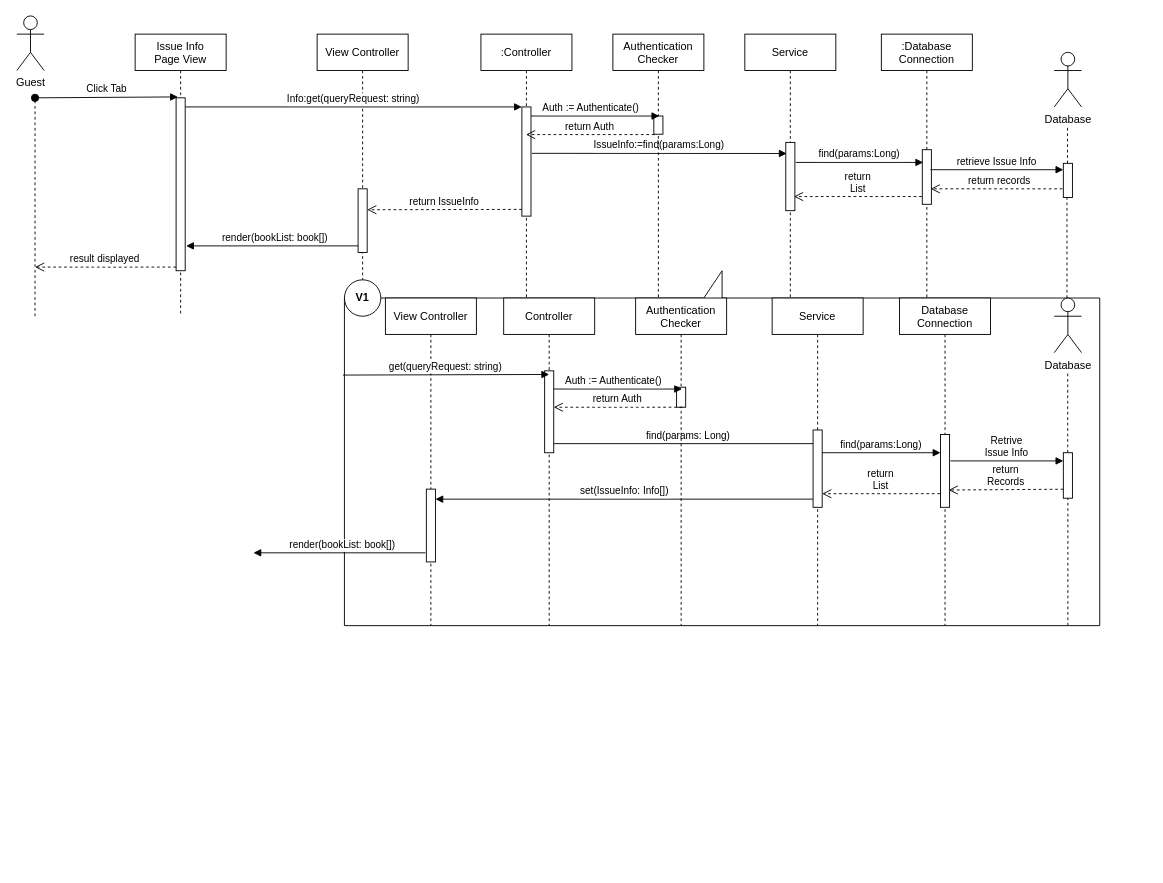
Before: docs/SequenceDiagram/diagrams/SD-UC-10.drawio in youngkwon02/Enhanced-library-management, a draw.io diagram. Source tidied: cells renumbered, new cells numbered last; positions are measured from the earlier drawing's top-left corner, leaving out a move shared by most shapes. Both pictures are drawn from the tidied source at 91%, with x=0, y=0 at pixel (16, 15).
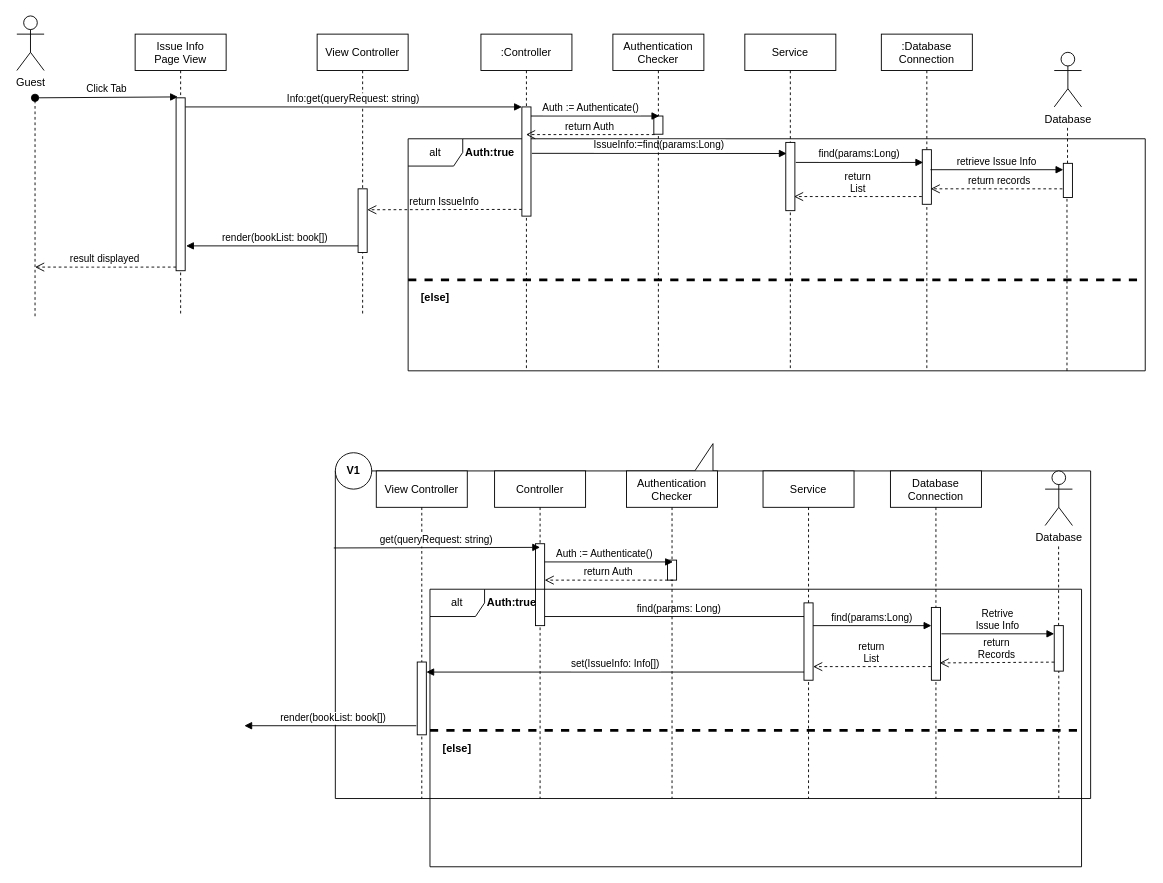
After the change.

Unchanged cells that the change refers to:
```xml
<mxCell id="3" value="View Controller" style="shape=umlLifeline;perimeter=lifelinePerimeter;rounded=0;shadow=0;strokeWidth=1;" parent="1" vertex="1">
  <mxGeometry x="330" y="20" width="100" height="310" as="geometry" />
</mxCell>
<mxCell id="31" style="points=[];perimeter=orthogonalPerimeter;rounded=0;shadow=0;strokeWidth=1;" parent="30" vertex="1">
  <mxGeometry x="45" y="80" width="10" height="90" as="geometry" />
</mxCell>
<mxCell id="35" style="points=[];perimeter=orthogonalPerimeter;rounded=0;shadow=0;strokeWidth=1;" parent="34" vertex="1">
  <mxGeometry x="45" y="210" width="10" height="80" as="geometry" />
</mxCell>
<mxCell id="40" style="points=[];perimeter=orthogonalPerimeter;rounded=0;shadow=0;strokeWidth=1;" parent="1" vertex="1">
  <mxGeometry x="1150" y="162" width="10" height="37.5" as="geometry" />
</mxCell>
<mxCell id="44" style="points=[];perimeter=orthogonalPerimeter;rounded=0;shadow=0;strokeWidth=1;" parent="43" vertex="1">
  <mxGeometry x="45" y="145" width="10" height="85" as="geometry" />
</mxCell>
```

What changed in the source:
```diff
@@
+    <mxCell id="59" value="alt" style="shape=umlFrame;whiteSpace=wrap;html=1;" parent="1" vertex="1">
+      <mxGeometry x="430" y="135" width="810" height="255" as="geometry" />
+    </mxCell>
     <mxCell id="2" style="shape=callout;whiteSpace=wrap;html=1;perimeter=calloutPerimeter;rotation=-180;" parent="1" vertex="1">
-      <mxGeometry x="360" y="280" width="830" height="390" as="geometry" />
+      <mxGeometry x="350" y="470" width="830" height="390" as="geometry" />
     </mxCell>
+    <mxCell id="6" style="ellipse;whiteSpace=wrap;html=1;" parent="1" vertex="1">
+      <mxGeometry x="350" y="480" width="40" height="40" as="geometry" />
+    </mxCell>
@@
-    <mxCell id="6" style="ellipse;whiteSpace=wrap;html=1;" parent="3" vertex="1">
-      <mxGeometry x="30" y="270" width="40" height="40" as="geometry" />
-    </mxCell>
     <mxCell id="7" value="&lt;b&gt;V1&lt;/b&gt;" style="text;html=1;strokeColor=none;fillColor=none;align=center;verticalAlign=middle;whiteSpace=wrap;rounded=0;" parent="3" vertex="1">
-      <mxGeometry x="30" y="280" width="40" height="20" as="geometry" />
+      <mxGeometry x="20" y="470" width="40" height="20" as="geometry" />
     </mxCell>
     <mxCell id="8" value=":Controller" style="shape=umlLifeline;perimeter=lifelinePerimeter;rounded=0;shadow=0;strokeWidth=1;" parent="1" vertex="1">
-      <mxGeometry x="510" y="20" width="100" height="300" as="geometry" />
+      <mxGeometry x="510" y="20" width="100" height="370" as="geometry" />
     </mxCell>
@@
     <mxCell id="13" value=":Database&#10;Connection" style="shape=umlLifeline;perimeter=lifelinePerimeter;rounded=0;shadow=0;strokeWidth=1;" parent="1" vertex="1">
-      <mxGeometry x="950" y="20" width="100" height="300" as="geometry" />
+      <mxGeometry x="950" y="20" width="100" height="370" as="geometry" />
     </mxCell>
@@
     <mxCell id="22" value="Database" style="shape=umlActor;verticalLabelPosition=bottom;verticalAlign=top;html=1;" parent="1" vertex="1">
-      <mxGeometry x="1140" y="310" width="30" height="60" as="geometry" />
+      <mxGeometry x="1130" y="500" width="30" height="60" as="geometry" />
     </mxCell>
     <mxCell id="23" style="endArrow=none;dashed=1;html=1;startArrow=none;" parent="1" edge="1" source="25">
       <mxGeometry relative="1" as="geometry">
-        <mxPoint x="1154.8" y="390" as="targetPoint" />
+        <mxPoint x="1144.8" y="580" as="targetPoint" />
       </mxGeometry>
     </mxCell>
     <mxCell id="24" value="find(params: Long)" style="verticalAlign=bottom;endArrow=block;shadow=0;strokeWidth=1;" parent="1" edge="1" source="31">
       <mxGeometry relative="1" as="geometry">
-        <mxPoint x="885" y="470" as="targetPoint" />
+        <mxPoint x="875" y="660" as="targetPoint" />
       </mxGeometry>
     </mxCell>
     <mxCell id="25" style="points=[];perimeter=orthogonalPerimeter;rounded=0;shadow=0;strokeWidth=1;" parent="1" vertex="1">
-      <mxGeometry x="1150" y="480" width="10" height="50" as="geometry" />
+      <mxGeometry x="1140" y="670" width="10" height="50" as="geometry" />
     </mxCell>
     <mxCell id="26" style="endArrow=none;dashed=1;html=1;startArrow=none;" parent="1" edge="1" target="25">
       <mxGeometry relative="1" as="geometry">
-        <mxPoint x="1155" y="670" as="sourcePoint" />
+        <mxPoint x="1145" y="860" as="sourcePoint" />
       </mxGeometry>
     </mxCell>
     <mxCell id="27" value="Retrive&#10;Issue Info" style="verticalAlign=bottom;endArrow=block;shadow=0;strokeWidth=1;" parent="1" edge="1">
       <mxGeometry relative="1" as="geometry">
-        <mxPoint x="1026" y="489" as="sourcePoint" />
-        <mxPoint x="1150" y="489" as="targetPoint" />
+        <mxPoint x="1016" y="679" as="sourcePoint" />
+        <mxPoint x="1140" y="679" as="targetPoint" />
       </mxGeometry>
     </mxCell>
     <mxCell id="28" value="return&#10;Records" style="verticalAlign=bottom;endArrow=open;dashed=1;endSize=8;exitX=-0.026;exitY=1.002;shadow=0;strokeWidth=1;exitDx=0;exitDy=0;exitPerimeter=0;" parent="1" edge="1">
       <mxGeometry relative="1" as="geometry">
-        <mxPoint x="1150" y="520.1" as="sourcePoint" />
-        <mxPoint x="1024" y="521" as="targetPoint" />
+        <mxPoint x="1140" y="710.1" as="sourcePoint" />
+        <mxPoint x="1014" y="711" as="targetPoint" />
       </mxGeometry>
     </mxCell>
     <mxCell id="29" value="set(IssueInfo: Info[])" style="verticalAlign=bottom;endArrow=block;shadow=0;strokeWidth=1;entryX=1;entryY=0.138;entryDx=0;entryDy=0;entryPerimeter=0;" parent="1" edge="1" target="35">
       <mxGeometry relative="1" as="geometry">
-        <mxPoint x="876" y="531" as="sourcePoint" />
+        <mxPoint x="866" y="721" as="sourcePoint" />
       </mxGeometry>
     </mxCell>
     <mxCell id="30" value="Controller" style="shape=umlLifeline;perimeter=lifelinePerimeter;rounded=0;shadow=0;strokeWidth=1;" parent="1" vertex="1">
-      <mxGeometry x="535" y="310" width="100" height="360" as="geometry" />
+      <mxGeometry x="525" y="500" width="100" height="360" as="geometry" />
     </mxCell>
@@
     <mxCell id="32" value="Database&#10;Connection" style="shape=umlLifeline;perimeter=lifelinePerimeter;rounded=0;shadow=0;strokeWidth=1;" parent="1" vertex="1">
-      <mxGeometry x="970" y="310" width="100" height="360" as="geometry" />
+      <mxGeometry x="960" y="500" width="100" height="360" as="geometry" />
     </mxCell>
@@
     <mxCell id="34" value="View Controller" style="shape=umlLifeline;perimeter=lifelinePerimeter;rounded=0;shadow=0;strokeWidth=1;" parent="1" vertex="1">
-      <mxGeometry x="405" y="310" width="100" height="360" as="geometry" />
+      <mxGeometry x="395" y="500" width="100" height="360" as="geometry" />
     </mxCell>
@@
     <mxCell id="36" value="get(queryRequest: string)" style="verticalAlign=bottom;endArrow=block;shadow=0;strokeWidth=1;exitX=1.002;exitY=0.706;exitDx=0;exitDy=0;exitPerimeter=0;" parent="1" edge="1" source="2">
       <mxGeometry relative="1" as="geometry">
-        <mxPoint x="585" y="394" as="targetPoint" />
+        <mxPoint x="575" y="584" as="targetPoint" />
       </mxGeometry>
     </mxCell>
     <mxCell id="37" value="Service" style="shape=umlLifeline;perimeter=lifelinePerimeter;rounded=0;shadow=0;strokeWidth=1;" parent="1" vertex="1">
-      <mxGeometry x="800" y="20" width="100" height="290" as="geometry" />
+      <mxGeometry x="800" y="20" width="100" height="370" as="geometry" />
     </mxCell>
@@
     <mxCell id="41" style="endArrow=none;dashed=1;html=1;" parent="1" edge="1" target="40">
       <mxGeometry relative="1" as="geometry">
-        <mxPoint x="1154" y="310" as="sourcePoint" />
+        <mxPoint x="1154" y="390" as="sourcePoint" />
       </mxGeometry>
     </mxCell>
     <mxCell id="42" value="return&#10;List" style="verticalAlign=bottom;endArrow=open;dashed=1;endSize=8;shadow=0;strokeWidth=1;entryX=1;entryY=0.824;entryDx=0;entryDy=0;entryPerimeter=0;" parent="1" edge="1" target="44">
       <mxGeometry relative="1" as="geometry">
-        <mxPoint x="1014.5" y="525" as="sourcePoint" />
+        <mxPoint x="1004.5" y="715" as="sourcePoint" />
       </mxGeometry>
     </mxCell>
     <mxCell id="43" value="Service" style="shape=umlLifeline;perimeter=lifelinePerimeter;rounded=0;shadow=0;strokeWidth=1;" parent="1" vertex="1">
-      <mxGeometry x="830" y="310" width="100" height="360" as="geometry" />
+      <mxGeometry x="820" y="500" width="100" height="360" as="geometry" />
     </mxCell>
@@
     <mxCell id="45" value="find(params:Long)" style="verticalAlign=bottom;endArrow=block;shadow=0;strokeWidth=1;" parent="1" edge="1">
       <mxGeometry relative="1" as="geometry">
-        <mxPoint x="885" y="480" as="sourcePoint" />
-        <mxPoint x="1015" y="480" as="targetPoint" />
+        <mxPoint x="875" y="670" as="sourcePoint" />
+        <mxPoint x="1005" y="670" as="targetPoint" />
       </mxGeometry>
     </mxCell>
@@
     <mxCell id="47" value="Authentication&#10;Checker" style="shape=umlLifeline;perimeter=lifelinePerimeter;rounded=0;shadow=0;strokeWidth=1;" parent="1" vertex="1">
-      <mxGeometry x="655" y="20" width="100" height="290" as="geometry" />
+      <mxGeometry x="655" y="20" width="100" height="370" as="geometry" />
     </mxCell>
@@
     <mxCell id="51" value="Authentication&#10;Checker" style="shape=umlLifeline;perimeter=lifelinePerimeter;rounded=0;shadow=0;strokeWidth=1;" parent="1" vertex="1">
-      <mxGeometry x="680" y="310" width="100" height="360" as="geometry" />
+      <mxGeometry x="670" y="500" width="100" height="360" as="geometry" />
     </mxCell>
@@
     <mxCell id="53" value="Auth := Authenticate()" style="verticalAlign=bottom;endArrow=block;shadow=0;strokeWidth=1;exitX=0.5;exitY=0.1;exitDx=0;exitDy=0;exitPerimeter=0;" parent="1" edge="1">
       <mxGeometry x="-0.07" relative="1" as="geometry">
-        <mxPoint x="590" y="410" as="sourcePoint" />
-        <mxPoint x="731" y="410" as="targetPoint" />
+        <mxPoint x="580" y="600" as="sourcePoint" />
+        <mxPoint x="721" y="600" as="targetPoint" />
       </mxGeometry>
     </mxCell>
     <mxCell id="54" value="return Auth" style="verticalAlign=bottom;endArrow=open;dashed=1;endSize=8;shadow=0;strokeWidth=1;exitX=0.083;exitY=0.931;exitDx=0;exitDy=0;exitPerimeter=0;" parent="1" edge="1">
       <mxGeometry relative="1" as="geometry">
-        <mxPoint x="731.3" y="430" as="sourcePoint" />
-        <mxPoint x="590" y="430" as="targetPoint" />
+        <mxPoint x="721.3" y="620" as="sourcePoint" />
+        <mxPoint x="580" y="620" as="targetPoint" />
       </mxGeometry>
     </mxCell>
@@
     <mxCell id="58" value="render(bookList: book[])" style="verticalAlign=bottom;endArrow=block;shadow=0;strokeWidth=1;entryX=1.097;entryY=0.822;entryDx=0;entryDy=0;entryPerimeter=0;" parent="1" edge="1">
       <mxGeometry x="-0.04" relative="1" as="geometry">
-        <mxPoint x="449" y="590" as="sourcePoint" />
-        <mxPoint x="260" y="590" as="targetPoint" />
+        <mxPoint x="439" y="780" as="sourcePoint" />
+        <mxPoint x="250" y="780" as="targetPoint" />
       </mxGeometry>
     </mxCell>
+    <mxCell id="60" value="&lt;b&gt;Auth:true&lt;/b&gt;" style="text;html=1;strokeColor=none;fillColor=none;align=center;verticalAlign=middle;whiteSpace=wrap;rounded=0;" parent="1" vertex="1">
+      <mxGeometry x="500" y="140" width="40" height="20" as="geometry" />
+    </mxCell>
+    <mxCell id="61" style="endArrow=none;dashed=1;html=1;strokeWidth=3;" parent="1" edge="1">
+      <mxGeometry relative="1" as="geometry">
+        <mxPoint x="430" y="290" as="sourcePoint" />
+        <mxPoint x="1240" y="290" as="targetPoint" />
+      </mxGeometry>
+    </mxCell>
+    <mxCell id="62" value="&lt;b&gt;[else]&lt;/b&gt;" style="text;html=1;strokeColor=none;fillColor=none;align=center;verticalAlign=middle;whiteSpace=wrap;rounded=0;" parent="1" vertex="1">
+      <mxGeometry x="440" y="300" width="40" height="20" as="geometry" />
+    </mxCell>
+    <mxCell id="63" value="alt" style="shape=umlFrame;whiteSpace=wrap;html=1;" parent="1" vertex="1">
+      <mxGeometry x="454" y="630" width="716" height="305" as="geometry" />
+    </mxCell>
+    <mxCell id="64" value="&lt;b&gt;Auth:true&lt;/b&gt;" style="text;html=1;strokeColor=none;fillColor=none;align=center;verticalAlign=middle;whiteSpace=wrap;rounded=0;" parent="1" vertex="1">
+      <mxGeometry x="524" y="635" width="40" height="20" as="geometry" />
+    </mxCell>
+    <mxCell id="65" style="endArrow=none;dashed=1;html=1;strokeWidth=3;" parent="1" edge="1">
+      <mxGeometry relative="1" as="geometry">
+        <mxPoint x="454" y="785" as="sourcePoint" />
+        <mxPoint x="1170" y="785" as="targetPoint" />
+      </mxGeometry>
+    </mxCell>
+    <mxCell id="66" value="&lt;b&gt;[else]&lt;/b&gt;" style="text;html=1;strokeColor=none;fillColor=none;align=center;verticalAlign=middle;whiteSpace=wrap;rounded=0;" parent="1" vertex="1">
+      <mxGeometry x="464" y="795" width="40" height="20" as="geometry" />
+    </mxCell>
```
